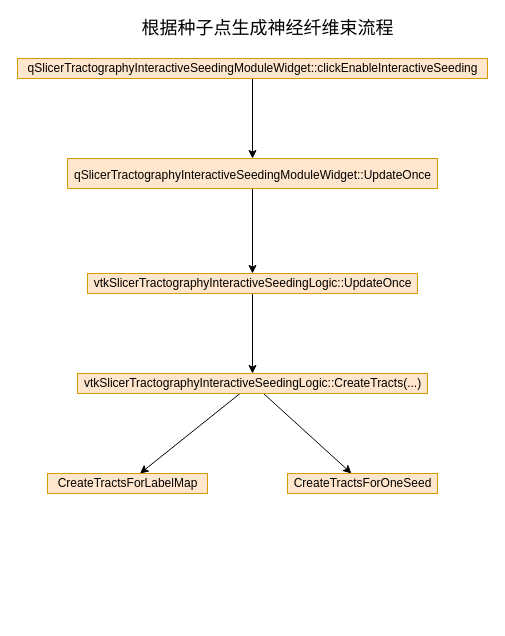
bxdgit/drawio-example keeps this draw.io diagram as page "Page-1" (1 of 2) of tractseeding.drawio. Above is the earlier version. Source tidied: cells renumbered, new cells numbered last; positions are measured from the earlier drawing's top-left corner, leaving out a move shared by most shapes. Both pictures are drawn from the tidied source at 100%, with x=0, y=0 at pixel (17, 18).
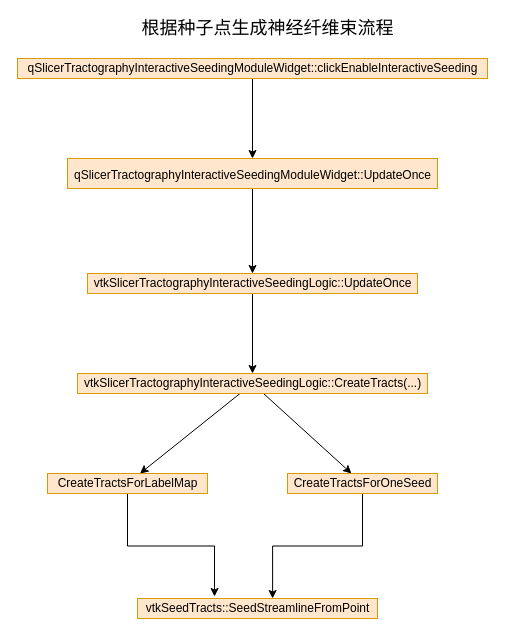
After the change.

The edit, as a diff of the source:
```diff
@@
 <mxGraphModel>
   <root>
     <mxCell id="0" />
     <mxCell id="1" parent="0" />
     <mxCell id="2" value="&lt;font style=&quot;font-size: 18px&quot;&gt;根据种子点生成神经纤维束流程&lt;/font&gt;" style="text;html=1;align=center;verticalAlign=middle;strokeColor=none;fillColor=none;" parent="1" vertex="1">
       <mxGeometry x="115" width="270" height="20" as="geometry" />
     </mxCell>
     <mxCell id="3" style="edgeStyle=orthogonalEdgeStyle;rounded=0;jettySize=auto;html=1;fontSize=12;" parent="1" edge="1" source="4" target="8">
       <mxGeometry relative="1" as="geometry" />
     </mxCell>
     <mxCell id="4" value="&lt;font style=&quot;font-size: 12px&quot;&gt;qSlicerTractographyInteractiveSeedingModuleWidget::UpdateOnce&lt;/font&gt;" style="text;html=1;align=center;verticalAlign=middle;points=[];strokeColor=#d79b00;fillColor=#ffe6cc;fontSize=18;" parent="1" vertex="1">
       <mxGeometry x="50" y="140" width="370" height="30" as="geometry" />
     </mxCell>
     <mxCell id="5" style="edgeStyle=orthogonalEdgeStyle;rounded=0;jettySize=auto;html=1;fontSize=12;" parent="1" edge="1" source="6" target="4">
       <mxGeometry relative="1" as="geometry" />
     </mxCell>
     <mxCell id="6" value="qSlicerTractographyInteractiveSeedingModuleWidget::clickEnableInteractiveSeeding" style="text;html=1;align=center;verticalAlign=middle;points=[];strokeColor=#d79b00;fillColor=#ffe6cc;fontSize=12;" parent="1" vertex="1">
       <mxGeometry y="40" width="470" height="20" as="geometry" />
     </mxCell>
     <mxCell id="7" style="edgeStyle=orthogonalEdgeStyle;rounded=0;jettySize=auto;html=1;fontSize=12;" parent="1" edge="1" source="8" target="11">
       <mxGeometry relative="1" as="geometry" />
     </mxCell>
     <mxCell id="8" value="&lt;font style=&quot;font-size: 12px&quot;&gt;vtkSlicerTractographyInteractiveSeedingLogic::UpdateOnce&lt;/font&gt;" style="text;html=1;align=center;verticalAlign=middle;points=[];strokeColor=#d79b00;fillColor=#ffe6cc;fontSize=12;" parent="1" vertex="1">
       <mxGeometry x="70" y="255" width="330" height="20" as="geometry" />
     </mxCell>
     <mxCell id="9" style="edgeStyle=none;rounded=0;jettySize=auto;html=1;fontSize=12;" parent="1" edge="1" source="11" target="13">
       <mxGeometry relative="1" as="geometry" />
     </mxCell>
     <mxCell id="10" style="edgeStyle=none;rounded=0;jettySize=auto;html=1;fontSize=12;" parent="1" edge="1" source="11" target="12">
       <mxGeometry relative="1" as="geometry" />
     </mxCell>
     <mxCell id="11" value="&lt;font style=&quot;font-size: 12px&quot;&gt;vtkSlicerTractographyInteractiveSeedingLogic::CreateTracts(...)&lt;/font&gt;" style="text;html=1;align=center;verticalAlign=middle;points=[];strokeColor=#d79b00;fillColor=#ffe6cc;fontSize=12;" parent="1" vertex="1">
       <mxGeometry x="60" y="355" width="350" height="20" as="geometry" />
     </mxCell>
+    <mxCell id="14" style="edgeStyle=orthogonalEdgeStyle;rounded=0;jettySize=auto;html=1;entryX=0.563;entryY=0;entryDx=0;entryDy=0;entryPerimeter=0;" parent="1" edge="1" source="12" target="16">
+      <mxGeometry relative="1" as="geometry" />
+    </mxCell>
     <mxCell id="12" value="&lt;font style=&quot;font-size: 12px&quot;&gt;CreateTractsForOneSeed&lt;/font&gt;" style="text;html=1;align=center;verticalAlign=middle;points=[];strokeColor=#d79b00;fillColor=#ffe6cc;fontSize=12;" parent="1" vertex="1">
       <mxGeometry x="270" y="455" width="150" height="20" as="geometry" />
     </mxCell>
+    <mxCell id="15" style="edgeStyle=orthogonalEdgeStyle;rounded=0;jettySize=auto;html=1;entryX=0.321;entryY=-0.1;entryDx=0;entryDy=0;entryPerimeter=0;" parent="1" edge="1" source="13" target="16">
+      <mxGeometry relative="1" as="geometry" />
+    </mxCell>
     <mxCell id="13" value="&lt;font style=&quot;font-size: 12px&quot;&gt;CreateTractsForLabelMap&lt;/font&gt;" style="text;html=1;align=center;verticalAlign=middle;points=[];strokeColor=#d79b00;fillColor=#ffe6cc;fontSize=12;" parent="1" vertex="1">
       <mxGeometry x="30" y="455" width="160" height="20" as="geometry" />
     </mxCell>
+    <mxCell id="16" value="vtkSeedTracts::SeedStreamlineFromPoint" style="text;html=1;align=center;verticalAlign=middle;points=[];strokeColor=#d79b00;fillColor=#ffe6cc;" parent="1" vertex="1">
+      <mxGeometry x="120" y="580" width="240" height="20" as="geometry" />
+    </mxCell>
   </root>
 </mxGraphModel>
```
